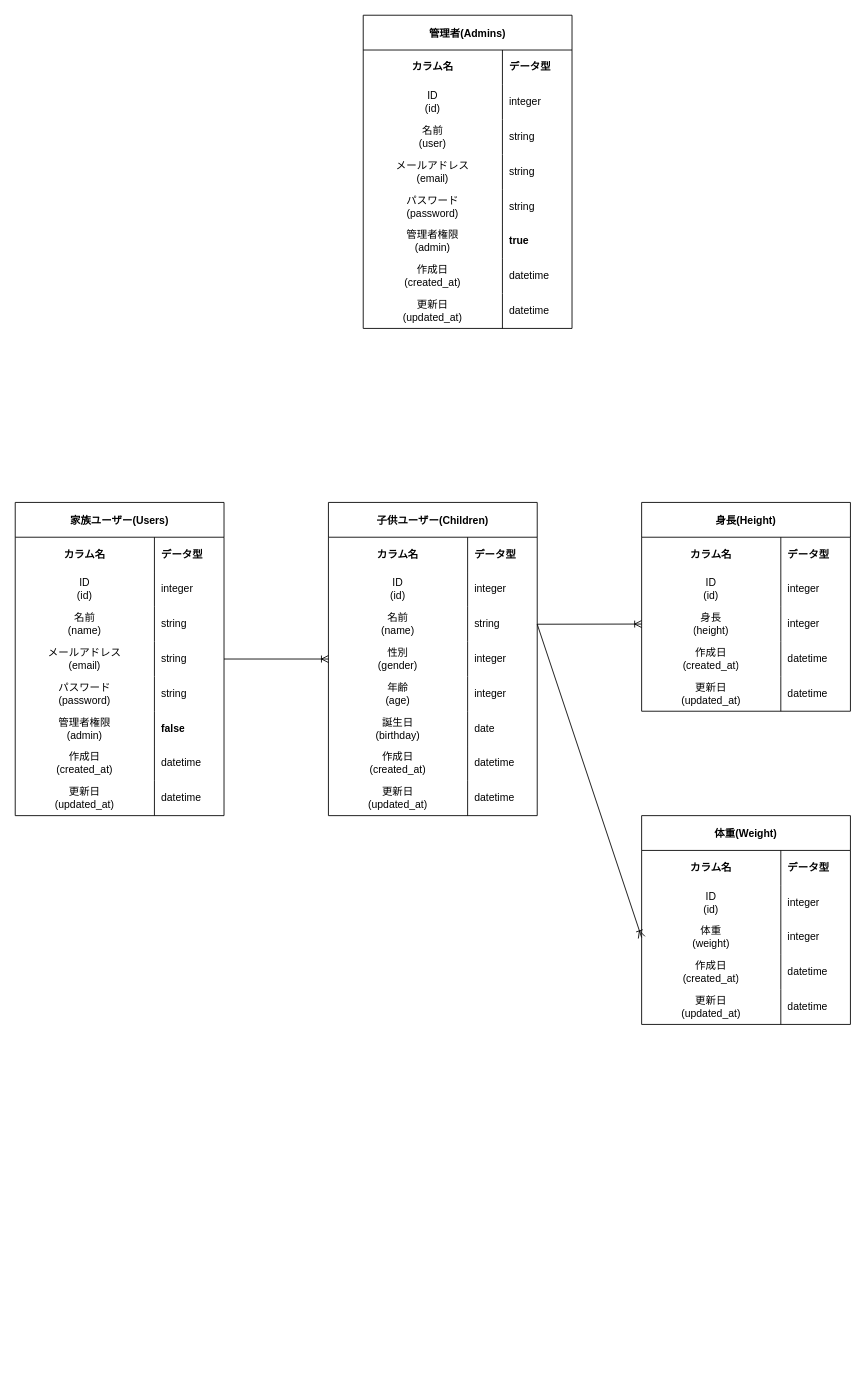
Above: coyell.drawio in piroriki/coyell_port (draw.io), before the change. Source tidied: cells renumbered, new cells numbered last; positions are measured from the earlier drawing's top-left corner, leaving out a move shared by most shapes. Both pictures are drawn from the tidied source at 87%, with x=0, y=0 at pixel (15, 15).
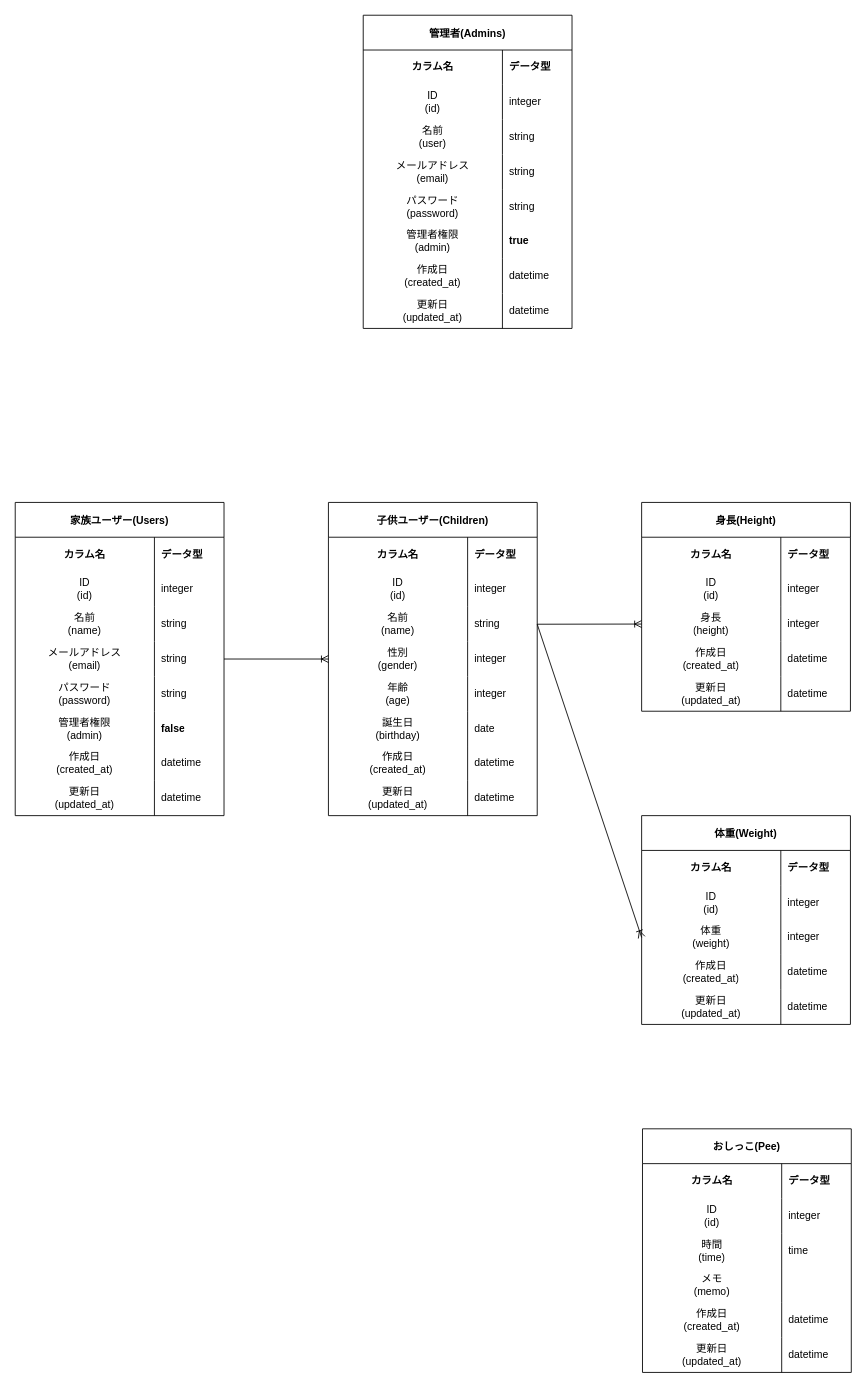
The same page after the edit.

Commit message:
ER図にpeeモデル追加

The edit, as a diff of the source:
```diff
@@
+    <mxCell id="113" value="おしっこ(Pee)" style="shape=table;startSize=40;childLayout=tableLayout;rowLines=0;fontStyle=1;" parent="1" vertex="1">
+      <mxGeometry x="721" y="1280" width="240" height="280" as="geometry" />
+    </mxCell>
+    <mxCell id="114" style="shape=tableRow;horizontal=0;startSize=0;swimlaneHead=0;swimlaneBody=0;top=0;left=0;bottom=0;right=0;fillColor=none;" parent="113" vertex="1">
+      <mxGeometry y="40" width="240" height="40" as="geometry" />
+    </mxCell>
+    <mxCell id="115" value="&lt;b&gt;カラム名&lt;/b&gt;" style="shape=partialRectangle;html=1;whiteSpace=wrap;fillColor=none;top=0;left=0;bottom=0;right=0;overflow=hidden;" parent="114" vertex="1">
+      <mxGeometry width="160" height="40" as="geometry" />
+    </mxCell>
+    <mxCell id="116" value="&lt;b&gt;データ型&lt;/b&gt;" style="shape=partialRectangle;html=1;whiteSpace=wrap;fillColor=none;top=0;left=0;bottom=0;right=0;align=left;spacingLeft=6;overflow=hidden;" parent="114" vertex="1">
+      <mxGeometry x="160" width="80" height="40" as="geometry" />
+    </mxCell>
+    <mxCell id="117" style="shape=tableRow;horizontal=0;startSize=0;swimlaneHead=0;swimlaneBody=0;top=0;left=0;bottom=0;right=0;fillColor=none;" parent="113" vertex="1">
+      <mxGeometry y="80" width="240" height="40" as="geometry" />
+    </mxCell>
+    <mxCell id="118" value="ID&lt;br&gt;(id)" style="shape=partialRectangle;html=1;whiteSpace=wrap;fillColor=none;top=0;left=0;bottom=0;right=0;overflow=hidden;" parent="117" vertex="1">
+      <mxGeometry width="160" height="40" as="geometry" />
+    </mxCell>
+    <mxCell id="119" value="integer" style="shape=partialRectangle;html=1;whiteSpace=wrap;fillColor=none;top=0;left=0;bottom=0;right=0;align=left;spacingLeft=6;overflow=hidden;" parent="117" vertex="1">
+      <mxGeometry x="160" width="80" height="40" as="geometry" />
+    </mxCell>
+    <mxCell id="120" style="shape=tableRow;horizontal=0;startSize=0;swimlaneHead=0;swimlaneBody=0;top=0;left=0;bottom=0;right=0;fillColor=none;" parent="113" vertex="1">
+      <mxGeometry y="120" width="240" height="40" as="geometry" />
+    </mxCell>
+    <mxCell id="121" value="時間&lt;br&gt;(time)" style="shape=partialRectangle;html=1;whiteSpace=wrap;fillColor=none;top=0;left=0;bottom=0;right=0;overflow=hidden;" parent="120" vertex="1">
+      <mxGeometry width="160" height="40" as="geometry" />
+    </mxCell>
+    <mxCell id="122" value="time" style="shape=partialRectangle;html=1;whiteSpace=wrap;fillColor=none;top=0;left=0;bottom=0;right=0;align=left;spacingLeft=6;overflow=hidden;" parent="120" vertex="1">
+      <mxGeometry x="160" width="80" height="40" as="geometry" />
+    </mxCell>
+    <mxCell id="123" style="shape=tableRow;horizontal=0;startSize=0;swimlaneHead=0;swimlaneBody=0;top=0;left=0;bottom=0;right=0;fillColor=none;" parent="113" vertex="1">
+      <mxGeometry y="160" width="240" height="40" as="geometry" />
+    </mxCell>
+    <mxCell id="124" value="メモ&lt;br&gt;(memo)" style="shape=partialRectangle;html=1;whiteSpace=wrap;fillColor=none;top=0;left=0;bottom=0;right=0;overflow=hidden;" parent="123" vertex="1">
+      <mxGeometry width="160" height="40" as="geometry" />
+    </mxCell>
+    <mxCell id="125" style="shape=partialRectangle;html=1;whiteSpace=wrap;fillColor=none;top=0;left=0;bottom=0;right=0;align=left;spacingLeft=6;overflow=hidden;" parent="123" vertex="1">
+      <mxGeometry x="160" width="80" height="40" as="geometry" />
+    </mxCell>
+    <mxCell id="126" style="shape=tableRow;horizontal=0;startSize=0;swimlaneHead=0;swimlaneBody=0;top=0;left=0;bottom=0;right=0;fillColor=none;" parent="113" vertex="1">
+      <mxGeometry y="200" width="240" height="40" as="geometry" />
+    </mxCell>
+    <mxCell id="127" value="作成日&lt;br&gt;(created_at)" style="shape=partialRectangle;html=1;whiteSpace=wrap;fillColor=none;top=0;left=0;bottom=0;right=0;overflow=hidden;" parent="126" vertex="1">
+      <mxGeometry width="160" height="40" as="geometry" />
+    </mxCell>
+    <mxCell id="128" value="datetime" style="shape=partialRectangle;html=1;whiteSpace=wrap;fillColor=none;top=0;left=0;bottom=0;right=0;align=left;spacingLeft=6;overflow=hidden;" parent="126" vertex="1">
+      <mxGeometry x="160" width="80" height="40" as="geometry" />
+    </mxCell>
+    <mxCell id="129" style="shape=tableRow;horizontal=0;startSize=0;swimlaneHead=0;swimlaneBody=0;top=0;left=0;bottom=0;right=0;fillColor=none;" parent="113" vertex="1">
+      <mxGeometry y="240" width="240" height="40" as="geometry" />
+    </mxCell>
+    <mxCell id="130" value="更新日&lt;br&gt;(updated_at)" style="shape=partialRectangle;html=1;whiteSpace=wrap;fillColor=none;top=0;left=0;bottom=0;right=0;overflow=hidden;" parent="129" vertex="1">
+      <mxGeometry width="160" height="40" as="geometry" />
+    </mxCell>
+    <mxCell id="131" value="datetime" style="shape=partialRectangle;html=1;whiteSpace=wrap;fillColor=none;top=0;left=0;bottom=0;right=0;align=left;spacingLeft=6;overflow=hidden;" parent="129" vertex="1">
+      <mxGeometry x="160" width="80" height="40" as="geometry" />
+    </mxCell>
```
